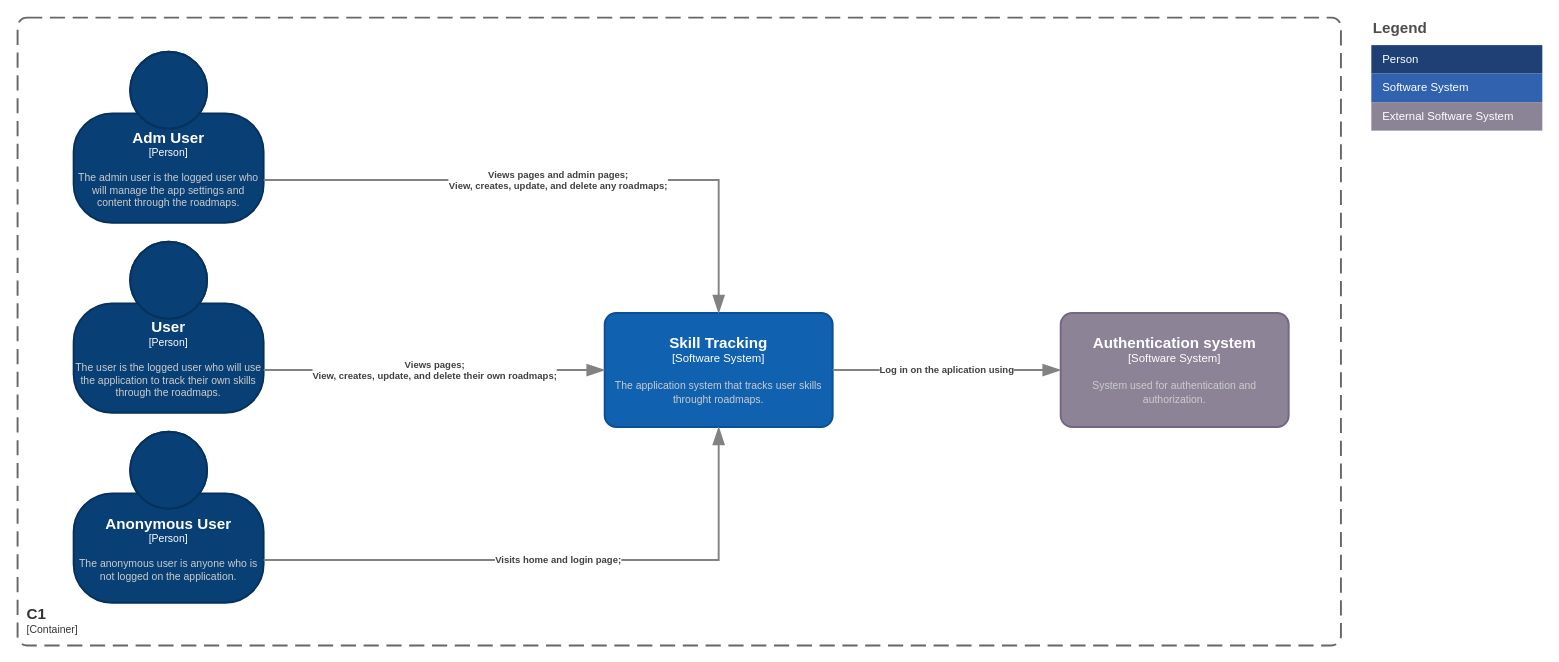
Before: page "C1 model" (1 of 4) of doc/non_functional/diagram/c4model.drawio in Malaguth/skill-tracking, a draw.io diagram. Source tidied: cells renumbered, new cells numbered last; positions are measured from the earlier drawing's top-left corner, leaving out a move shared by most shapes. Both pictures are drawn from the tidied source at 95%, with x=0, y=0 at pixel (17, 16).
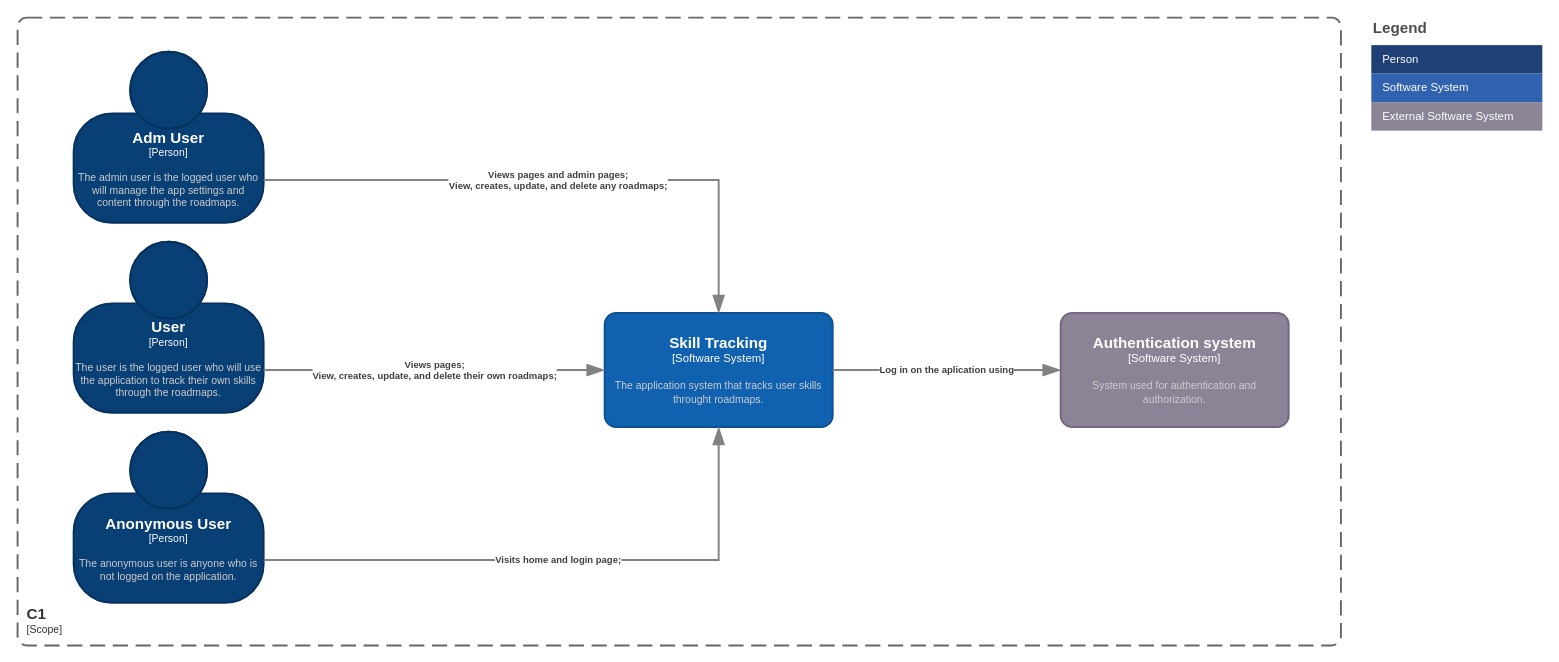
Above is the later version.

Change to the diagram source:
```diff
@@
-    <object id="4" label="&lt;font style=&quot;font-size: 16px&quot;&gt;&lt;b&gt;&lt;div style=&quot;text-align: left&quot;&gt;%c4Name%&lt;/div&gt;&lt;/b&gt;&lt;/font&gt;&lt;div style=&quot;text-align: left&quot;&gt;[%c4Application%]&lt;/div&gt;" c4Application="Container" c4Name="C1" placeholders="1">
+    <object id="4" label="&lt;font style=&quot;font-size: 16px&quot;&gt;&lt;b&gt;&lt;div style=&quot;text-align: left&quot;&gt;%c4Name%&lt;/div&gt;&lt;/b&gt;&lt;/font&gt;&lt;div style=&quot;text-align: left&quot;&gt;[%c4Application%]&lt;/div&gt;" c4Application="Scope" c4Name="C1" placeholders="1">
       <mxCell style="rounded=1;fontSize=11;whiteSpace=wrap;html=1;dashed=1;arcSize=20;fillColor=none;strokeColor=#666666;fontColor=#333333;labelBackgroundColor=none;align=left;verticalAlign=bottom;labelBorderColor=none;spacingTop=0;spacing=10;dashPattern=8 4;perimeter=rectanglePerimeter;noLabel=0;labelPadding=0;absoluteArcSize=1;strokeWidth=2;" parent="1" vertex="1">
         <mxGeometry y="1" width="1393" height="661" as="geometry" />
       </mxCell>
     </object>
```
